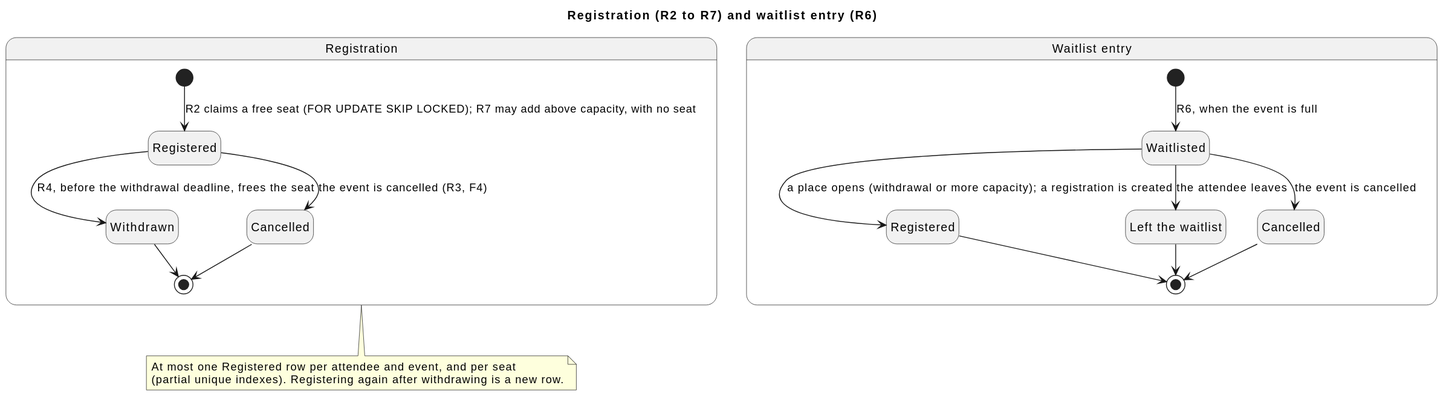
raphaelkwek/event-planning-and-venue-booking-system keeps this PlantUML diagram as documentation/architecture/images/registration-states.svg. Above is the earlier version. The source it was exported from:
```plantuml
@startuml
title Registration (R2 to R7) and waitlist entry (R6)
hide empty description
skinparam shadowing false

state "Registration" as reg {
  state "Registered" as REGISTERED
  state "Withdrawn" as WITHDRAWN
  state "Cancelled" as CANCELLED
  [*] --> REGISTERED : R2 claims a free seat (FOR UPDATE SKIP LOCKED); R7 may add above capacity, with no seat
  REGISTERED --> WITHDRAWN : R4, before the withdrawal deadline, frees the seat
  REGISTERED --> CANCELLED : the event is cancelled (R3, F4)
  WITHDRAWN --> [*]
  CANCELLED --> [*]
}

state "Waitlist entry" as wait {
  state "Waitlisted" as WAITLISTED
  state "Registered" as PROMOTED
  state "Left the waitlist" as LEFT
  state "Cancelled" as WCANCELLED
  [*] --> WAITLISTED : R6, when the event is full
  WAITLISTED --> PROMOTED : a place opens (withdrawal or more capacity); a registration is created
  WAITLISTED --> LEFT : the attendee leaves
  WAITLISTED --> WCANCELLED : the event is cancelled
  PROMOTED --> [*]
  LEFT --> [*]
  WCANCELLED --> [*]
}

note bottom of reg
  At most one Registered row per attendee and event, and per seat
  (partial unique indexes). Registering again after withdrawing is a new row.
end note
@enduml
```
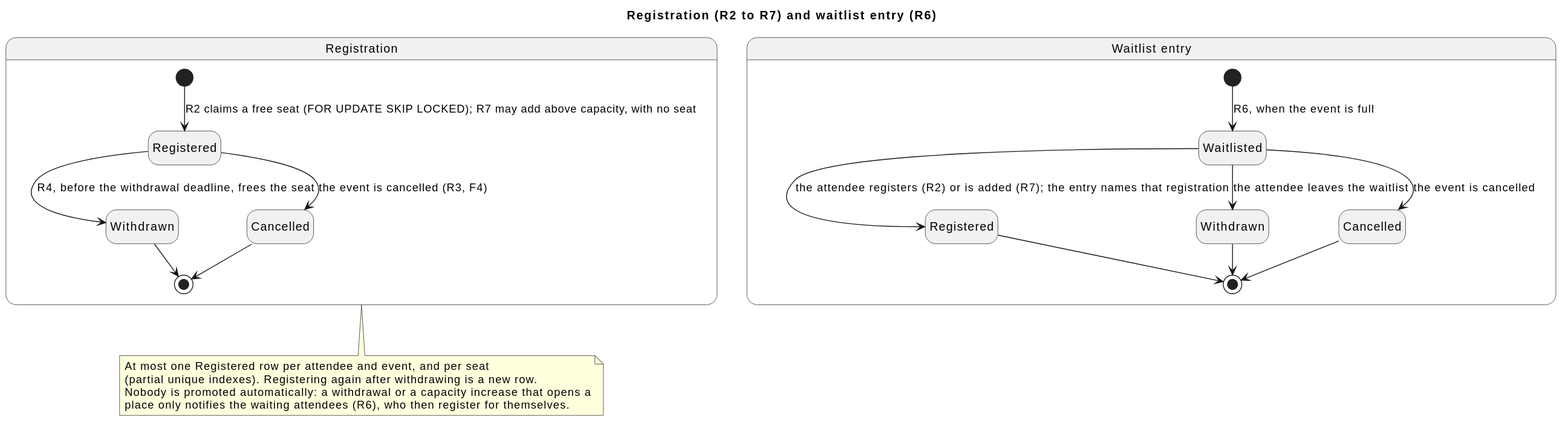
Later version of the same file.

Commit message:
docs(diagrams): commit the re-rendered booking, hold and registration state diagrams

Change to the diagram source:
```diff
@@ -17,11 +17,11 @@
 state "Waitlist entry" as wait {
   state "Waitlisted" as WAITLISTED
   state "Registered" as PROMOTED
-  state "Left the waitlist" as LEFT
+  state "Withdrawn" as LEFT
   state "Cancelled" as WCANCELLED
   [*] --> WAITLISTED : R6, when the event is full
-  WAITLISTED --> PROMOTED : a place opens (withdrawal or more capacity); a registration is created
-  WAITLISTED --> LEFT : the attendee leaves
+  WAITLISTED --> PROMOTED : the attendee registers (R2) or is added (R7); the entry names that registration
+  WAITLISTED --> LEFT : the attendee leaves the waitlist
   WAITLISTED --> WCANCELLED : the event is cancelled
   PROMOTED --> [*]
   LEFT --> [*]
@@ -31,5 +31,7 @@
 note bottom of reg
   At most one Registered row per attendee and event, and per seat
   (partial unique indexes). Registering again after withdrawing is a new row.
+  Nobody is promoted automatically: a withdrawal or a capacity increase that opens a
+  place only notifies the waiting attendees (R6), who then register for themselves.
 end note
 @enduml
```
